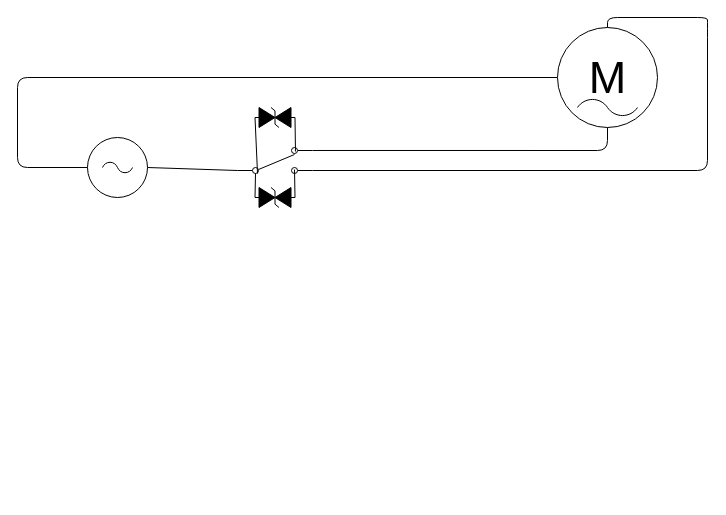
dedeweb/nextcloud-notes keeps this draw.io diagram as Untitled Diagram.drawio. Above is the earlier version. Source tidied: cells renumbered, new cells numbered last; positions are measured from the earlier drawing's top-left corner, leaving out a move shared by most shapes. Both pictures are drawn from the tidied source at 100%, with x=0, y=0 at pixel (17, 17). Pictures stored in the file or linked from it are replaced by grey dashed boxes.
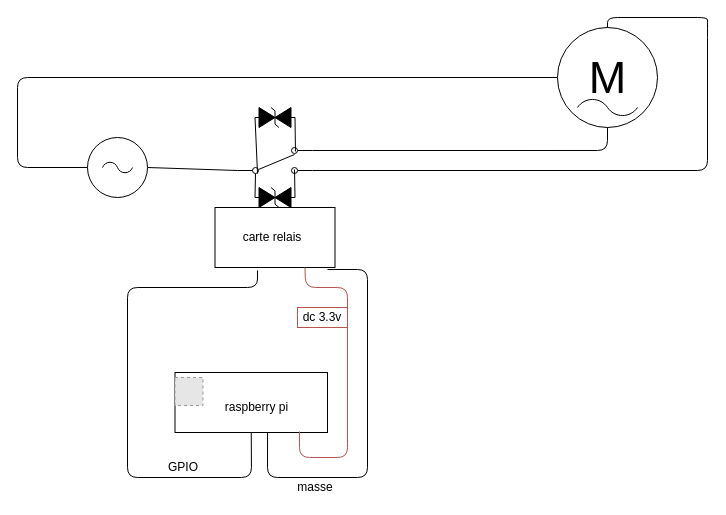
After the change.

Diff of the diagram source:
```diff
@@
+    <mxCell id="15" style="rounded=0;whiteSpace=wrap;html=1;" parent="1" vertex="1">
+      <mxGeometry x="197.5" y="190" width="120" height="60" as="geometry" />
+    </mxCell>
+    <mxCell id="16" value="carte relais" style="text;html=1;strokeColor=none;fillColor=none;align=center;verticalAlign=middle;whiteSpace=wrap;rounded=0;" parent="1" vertex="1">
+      <mxGeometry x="220" y="210" width="70" height="20" as="geometry" />
+    </mxCell>
+    <mxCell id="17" style="rounded=0;whiteSpace=wrap;html=1;" parent="1" vertex="1">
+      <mxGeometry x="157.5" y="355" width="152.5" height="60" as="geometry" />
+    </mxCell>
+    <mxCell id="18" style="fillColor=#E6E6E6;strokeColor=#999999;dashed=1;html=1;verticalAlign=top;verticalLabelPosition=bottom;labelBackgroundColor=#ffffff;" parent="1" vertex="1">
+      <mxGeometry x="157.5" y="360" width="28" height="28" as="geometry" />
+    </mxCell>
+    <mxCell id="19" style="endArrow=none;html=1;entryX=0.607;entryY=1;entryDx=0;entryDy=0;entryPerimeter=0;exitX=0.938;exitY=1.033;exitDx=0;exitDy=0;exitPerimeter=0;" parent="1" edge="1" source="15" target="17">
+      <mxGeometry relative="1" as="geometry">
+        <Array as="points">
+          <mxPoint x="350" y="252" />
+          <mxPoint x="350" y="460" />
+          <mxPoint x="250" y="460" />
+        </Array>
+      </mxGeometry>
+    </mxCell>
+    <mxCell id="20" style="endArrow=none;html=1;exitX=0.5;exitY=1;exitDx=0;exitDy=0;entryX=0.354;entryY=1.05;entryDx=0;entryDy=0;entryPerimeter=0;" parent="1" edge="1" source="17" target="15">
+      <mxGeometry relative="1" as="geometry">
+        <Array as="points">
+          <mxPoint x="234" y="460" />
+          <mxPoint x="110" y="460" />
+          <mxPoint x="110" y="270" />
+          <mxPoint x="240" y="270" />
+        </Array>
+      </mxGeometry>
+    </mxCell>
+    <mxCell id="21" style="endArrow=none;html=1;exitX=0.816;exitY=0.983;exitDx=0;exitDy=0;exitPerimeter=0;entryX=0.75;entryY=1;entryDx=0;entryDy=0;fillColor=#f8cecc;strokeColor=#b85450;" parent="1" edge="1" source="17" target="15">
+      <mxGeometry relative="1" as="geometry">
+        <Array as="points">
+          <mxPoint x="282" y="440" />
+          <mxPoint x="330" y="440" />
+          <mxPoint x="330" y="270" />
+          <mxPoint x="288" y="270" />
+        </Array>
+      </mxGeometry>
+    </mxCell>
+    <mxCell id="22" value="masse" style="text;html=1;strokeColor=none;fillColor=none;align=center;verticalAlign=middle;whiteSpace=wrap;rounded=0;" parent="1" vertex="1">
+      <mxGeometry x="277.5" y="460" width="40" height="20" as="geometry" />
+    </mxCell>
+    <mxCell id="23" value="dc 3.3v" style="text;html=1;strokeColor=#b85450;align=center;verticalAlign=middle;whiteSpace=wrap;rounded=0;" parent="1" vertex="1">
+      <mxGeometry x="280" y="290" width="50" height="20" as="geometry" />
+    </mxCell>
+    <mxCell id="24" value="GPIO" style="text;html=1;strokeColor=none;fillColor=none;align=center;verticalAlign=middle;whiteSpace=wrap;rounded=0;" parent="1" vertex="1">
+      <mxGeometry x="146" y="440" width="40" height="20" as="geometry" />
+    </mxCell>
+    <mxCell id="25" value="raspberry pi" style="text;html=1;strokeColor=none;fillColor=none;align=center;verticalAlign=middle;whiteSpace=wrap;rounded=0;" parent="1" vertex="1">
+      <mxGeometry x="197.5" y="380" width="82.5" height="20" as="geometry" />
+    </mxCell>
```
